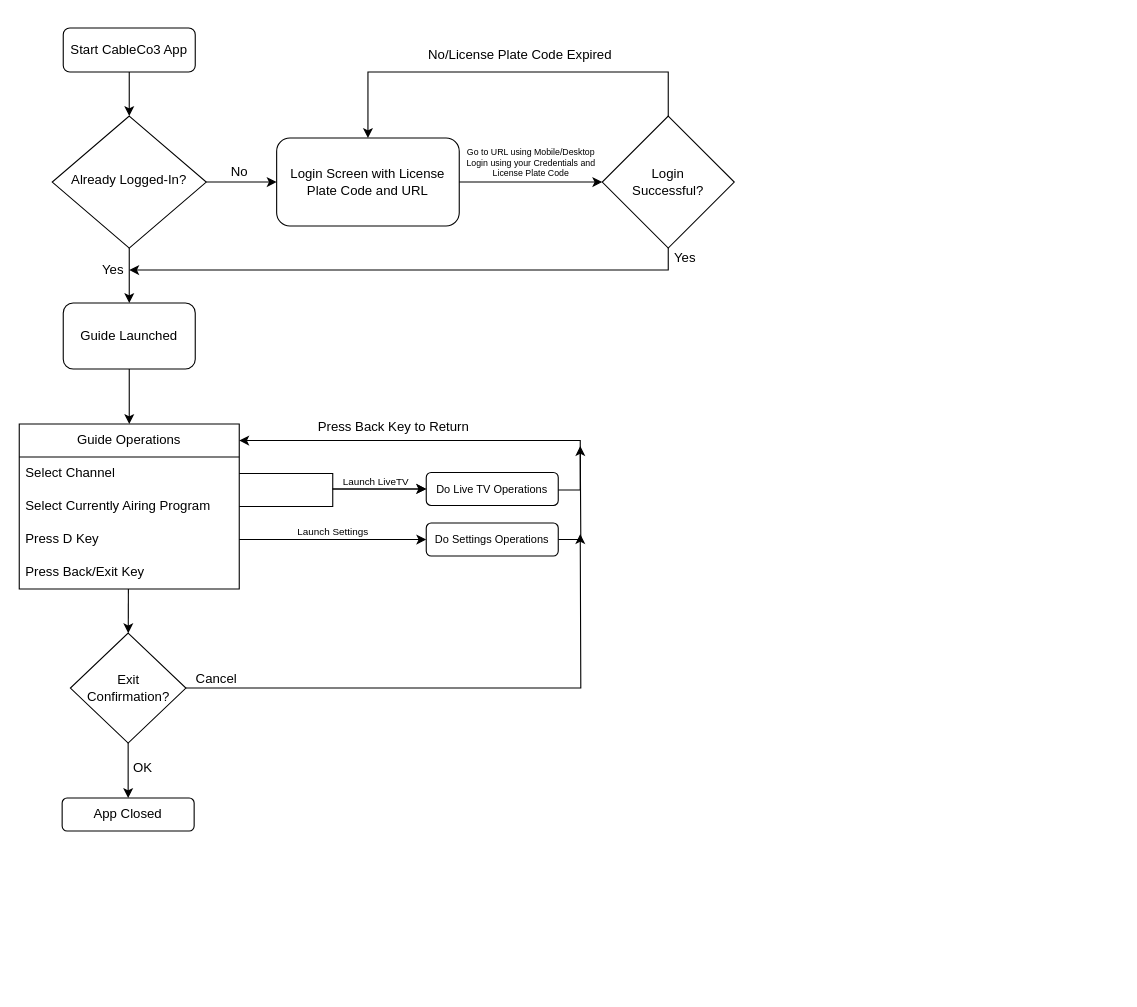
The draw.io diagram ApplicationFlowDiagram.drawio in ashokkumarsh/diagrams, before the edit. Source tidied: cells renumbered, new cells numbered last; positions are measured from the earlier drawing's top-left corner, leaving out a move shared by most shapes. Both pictures are drawn from the tidied source at 110%, with x=0, y=0 at pixel (19, 28).
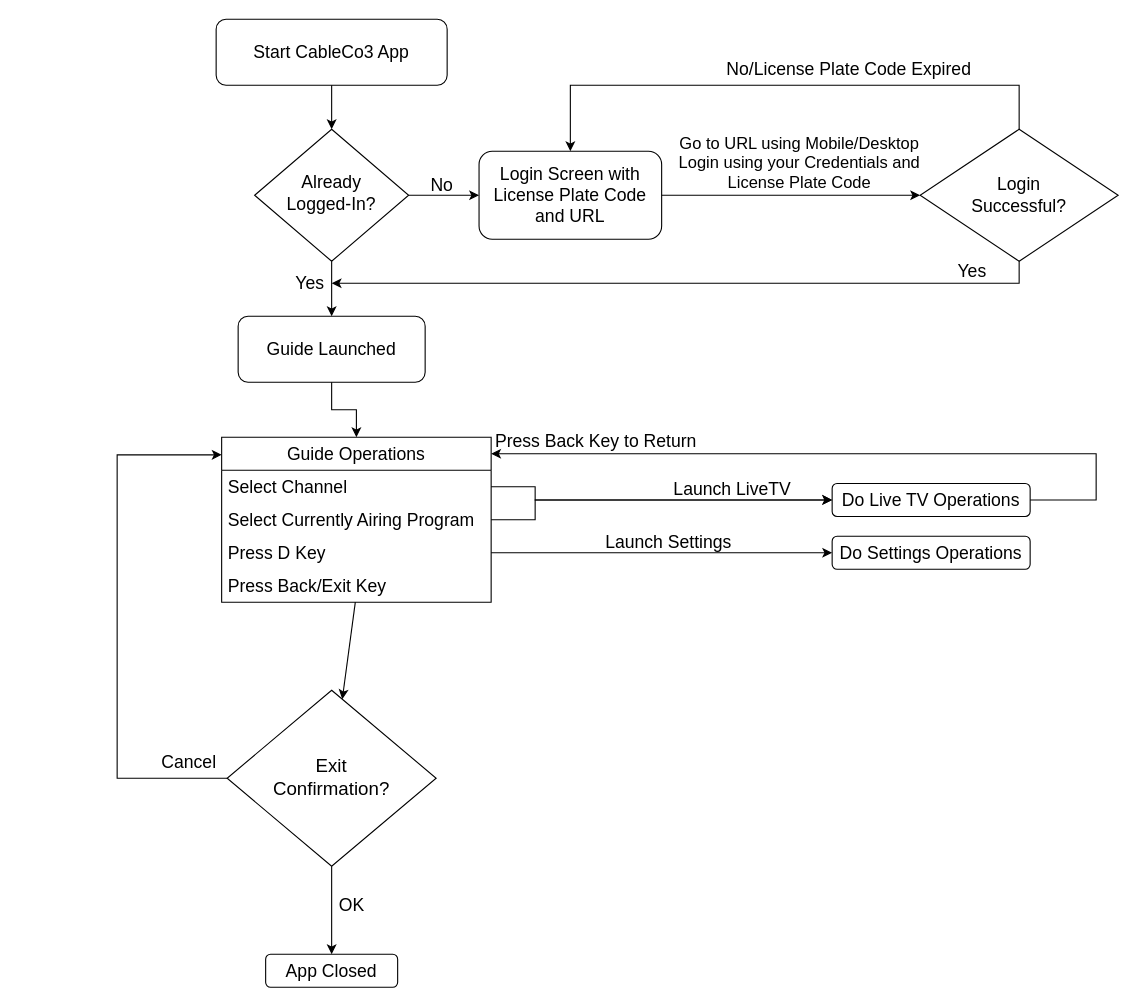
Above is the later version.

The edit, as a diff of the source:
```diff
@@
-    <mxCell id="2" style="group;" parent="1" vertex="1">
-      <mxGeometry width="650" height="730" as="geometry" />
-    </mxCell>
-    <mxCell id="3" value="Start CableCo3 App" style="rounded=1;whiteSpace=wrap;html=1;fontSize=12;glass=0;strokeWidth=1;shadow=0;" parent="2" vertex="1">
-      <mxGeometry x="40" width="120" height="40" as="geometry" />
+    <mxCell id="3" value="Start CableCo3 App" style="rounded=1;whiteSpace=wrap;html=1;fontSize=16;glass=0;strokeWidth=1;shadow=0;" parent="1" vertex="1">
+      <mxGeometry x="179" y="-8" width="210" height="60" as="geometry" />
     </mxCell>
-    <mxCell id="4" value="Already Logged-In?" style="rhombus;whiteSpace=wrap;html=1;shadow=0;fontFamily=Helvetica;fontSize=12;align=center;strokeWidth=1;spacing=6;spacingTop=-4;" parent="2" vertex="1">
-      <mxGeometry x="30" y="80" width="140" height="120" as="geometry" />
+    <mxCell id="4" value="Already&lt;br&gt;Logged-In?" style="rhombus;whiteSpace=wrap;html=1;shadow=0;fontFamily=Helvetica;fontSize=16;align=center;strokeWidth=1;spacing=6;spacingTop=-4;" parent="1" vertex="1">
+      <mxGeometry x="214" y="92" width="140" height="120" as="geometry" />
     </mxCell>
-    <mxCell id="5" style="edgeStyle=orthogonalEdgeStyle;rounded=0;jettySize=auto;html=1;" parent="2" edge="1" source="3" target="4">
+    <mxCell id="5" style="edgeStyle=orthogonalEdgeStyle;rounded=0;jettySize=auto;html=1;" parent="1" edge="1" source="3" target="4">
       <mxGeometry relative="1" as="geometry" />
     </mxCell>
-    <mxCell id="6" value="Login Screen with License Plate Code and URL" style="rounded=1;whiteSpace=wrap;html=1;fontSize=12;glass=0;strokeWidth=1;shadow=0;" parent="2" vertex="1">
-      <mxGeometry x="234" y="100" width="166" height="80" as="geometry" />
+    <mxCell id="6" value="Login Screen with License Plate Code and URL" style="rounded=1;whiteSpace=wrap;html=1;fontSize=16;glass=0;strokeWidth=1;shadow=0;" parent="1" vertex="1">
+      <mxGeometry x="418" y="112" width="166" height="80" as="geometry" />
     </mxCell>
-    <mxCell id="7" style="edgeStyle=orthogonalEdgeStyle;rounded=0;jettySize=auto;html=1;" parent="2" edge="1" source="4" target="6">
+    <mxCell id="7" style="edgeStyle=orthogonalEdgeStyle;rounded=0;jettySize=auto;html=1;" parent="1" edge="1" source="4" target="6">
       <mxGeometry relative="1" as="geometry" />
     </mxCell>
-    <mxCell id="8" value="Guide Launched" style="rounded=1;whiteSpace=wrap;html=1;" parent="2" vertex="1">
-      <mxGeometry x="40" y="250" width="120" height="60" as="geometry" />
+    <mxCell id="8" value="Guide Launched" style="rounded=1;whiteSpace=wrap;html=1;fontSize=16;" parent="1" vertex="1">
+      <mxGeometry x="199" y="262" width="170" height="60" as="geometry" />
     </mxCell>
-    <mxCell id="9" style="edgeStyle=orthogonalEdgeStyle;rounded=0;jettySize=auto;html=1;" parent="2" edge="1" source="4" target="8">
+    <mxCell id="9" style="edgeStyle=orthogonalEdgeStyle;rounded=0;jettySize=auto;html=1;" parent="1" edge="1" source="4" target="8">
       <mxGeometry relative="1" as="geometry" />
     </mxCell>
-    <mxCell id="10" style="edgeStyle=orthogonalEdgeStyle;rounded=0;jettySize=auto;html=1;entryX=0.5;entryY=0;entryDx=0;entryDy=0;" parent="2" edge="1" source="11" target="6">
+    <mxCell id="10" style="edgeStyle=orthogonalEdgeStyle;rounded=0;jettySize=auto;html=1;entryX=0.5;entryY=0;entryDx=0;entryDy=0;exitX=0.5;exitY=0;exitDx=0;exitDy=0;" parent="1" edge="1" source="11" target="6">
       <mxGeometry relative="1" as="geometry">
         <Array as="points">
-          <mxPoint x="590" y="40" />
-          <mxPoint x="317" y="40" />
+          <mxPoint x="909" y="52" />
+          <mxPoint x="501" y="52" />
         </Array>
       </mxGeometry>
     </mxCell>
-    <mxCell id="11" value="Login&lt;br&gt;Successful?" style="rhombus;whiteSpace=wrap;html=1;" parent="2" vertex="1">
-      <mxGeometry x="530" y="80" width="120" height="120" as="geometry" />
+    <mxCell id="11" value="Login&lt;br style=&quot;font-size: 16px;&quot;&gt;Successful?" style="rhombus;whiteSpace=wrap;html=1;fontSize=16;" parent="1" vertex="1">
+      <mxGeometry x="819" y="92" width="180" height="120" as="geometry" />
     </mxCell>
-    <mxCell id="12" style="edgeStyle=orthogonalEdgeStyle;rounded=0;jettySize=auto;html=1;" parent="2" edge="1" source="6" target="11">
+    <mxCell id="12" style="edgeStyle=orthogonalEdgeStyle;rounded=0;jettySize=auto;html=1;" parent="1" edge="1" source="6" target="11">
       <mxGeometry relative="1" as="geometry" />
     </mxCell>
-    <mxCell id="13" value="Go to URL using Mobile/Desktop&lt;br style=&quot;font-size: 8px;&quot;&gt;Login using your Credentials and&lt;br style=&quot;font-size: 8px;&quot;&gt;License Plate Code" style="text;html=1;align=center;verticalAlign=middle;strokeColor=none;fillColor=none;fontSize=8;" parent="2" vertex="1">
-      <mxGeometry x="395" y="103" width="140" height="40" as="geometry" />
+    <mxCell id="13" value="Go to URL using Mobile/Desktop&lt;br style=&quot;font-size: 15px;&quot;&gt;Login using your Credentials and&lt;br style=&quot;font-size: 15px;&quot;&gt;License Plate Code" style="text;html=1;align=center;verticalAlign=middle;strokeColor=none;fillColor=none;fontSize=15;" parent="1" vertex="1">
+      <mxGeometry x="589" y="87" width="240" height="70" as="geometry" />
     </mxCell>
-    <mxCell id="14" style="edgeStyle=orthogonalEdgeStyle;rounded=0;jettySize=auto;html=1;" parent="2" edge="1" source="11">
+    <mxCell id="14" style="edgeStyle=orthogonalEdgeStyle;rounded=0;jettySize=auto;html=1;exitX=0.5;exitY=1;exitDx=0;exitDy=0;" parent="1" edge="1" source="11">
       <mxGeometry relative="1" as="geometry">
-        <mxPoint x="100" y="220" as="targetPoint" />
+        <mxPoint x="284" y="232" as="targetPoint" />
         <Array as="points">
-          <mxPoint x="590" y="220" />
+          <mxPoint x="909" y="232" />
         </Array>
       </mxGeometry>
     </mxCell>
-    <mxCell id="15" value="Yes" style="text;html=1;align=center;verticalAlign=middle;strokeColor=none;fillColor=none;" parent="2" vertex="1">
-      <mxGeometry x="585" y="194" width="40" height="30" as="geometry" />
+    <mxCell id="15" value="Yes" style="text;html=1;align=center;verticalAlign=middle;strokeColor=none;fillColor=none;fontSize=16;" parent="1" vertex="1">
+      <mxGeometry x="841" y="206" width="50" height="30" as="geometry" />
     </mxCell>
-    <mxCell id="16" value="No/License Plate Code Expired" style="text;html=1;align=center;verticalAlign=middle;strokeColor=none;fillColor=none;" parent="2" vertex="1">
-      <mxGeometry x="360" y="10" width="190" height="30" as="geometry" />
+    <mxCell id="16" value="No/License Plate Code Expired" style="text;html=1;align=center;verticalAlign=middle;strokeColor=none;fillColor=none;fontSize=16;" parent="1" vertex="1">
+      <mxGeometry x="629" y="22" width="250" height="30" as="geometry" />
     </mxCell>
-    <mxCell id="17" value="Guide Operations" style="swimlane;fontStyle=0;horizontal=1;startSize=30;whiteSpace=wrap;html=1;" parent="2" vertex="1">
-      <mxGeometry y="360" width="200" height="150" as="geometry" />
+    <mxCell id="17" value="Guide Operations" style="swimlane;fontStyle=0;horizontal=1;startSize=30;whiteSpace=wrap;html=1;fontSize=16;" parent="1" vertex="1">
+      <mxGeometry x="184" y="372" width="245" height="150" as="geometry" />
     </mxCell>
-    <mxCell id="18" value="Select Channel" style="text;strokeColor=none;fillColor=none;align=left;verticalAlign=middle;spacingLeft=4;spacingRight=4;overflow=hidden;points=[[0,0.5],[1,0.5]];portConstraint=eastwest;whiteSpace=wrap;html=1;" parent="17" vertex="1">
-      <mxGeometry y="30" width="200" height="30" as="geometry" />
+    <mxCell id="18" value="Select Channel" style="text;strokeColor=none;fillColor=none;align=left;verticalAlign=middle;spacingLeft=4;spacingRight=4;overflow=hidden;points=[[0,0.5],[1,0.5]];portConstraint=eastwest;whiteSpace=wrap;html=1;fontSize=16;" parent="17" vertex="1">
+      <mxGeometry y="30" width="245" height="30" as="geometry" />
     </mxCell>
-    <mxCell id="19" value="Select Currently Airing Program" style="text;strokeColor=none;fillColor=none;align=left;verticalAlign=middle;spacingLeft=4;spacingRight=4;overflow=hidden;points=[[0,0.5],[1,0.5]];portConstraint=eastwest;whiteSpace=wrap;html=1;" parent="17" vertex="1">
-      <mxGeometry y="60" width="200" height="30" as="geometry" />
+    <mxCell id="19" value="Select Currently Airing Program" style="text;strokeColor=none;fillColor=none;align=left;verticalAlign=middle;spacingLeft=4;spacingRight=4;overflow=hidden;points=[[0,0.5],[1,0.5]];portConstraint=eastwest;whiteSpace=wrap;html=1;fontSize=16;" parent="17" vertex="1">
+      <mxGeometry y="60" width="245" height="30" as="geometry" />
     </mxCell>
-    <mxCell id="20" value="Press D Key" style="text;strokeColor=none;fillColor=none;align=left;verticalAlign=middle;spacingLeft=4;spacingRight=4;overflow=hidden;points=[[0,0.5],[1,0.5]];portConstraint=eastwest;whiteSpace=wrap;html=1;" parent="17" vertex="1">
-      <mxGeometry y="90" width="200" height="30" as="geometry" />
+    <mxCell id="20" value="Press D Key" style="text;strokeColor=none;fillColor=none;align=left;verticalAlign=middle;spacingLeft=4;spacingRight=4;overflow=hidden;points=[[0,0.5],[1,0.5]];portConstraint=eastwest;whiteSpace=wrap;html=1;fontSize=16;" parent="17" vertex="1">
+      <mxGeometry y="90" width="245" height="30" as="geometry" />
     </mxCell>
-    <mxCell id="21" value="Press Back/Exit Key" style="text;strokeColor=none;fillColor=none;align=left;verticalAlign=middle;spacingLeft=4;spacingRight=4;overflow=hidden;points=[[0,0.5],[1,0.5]];portConstraint=eastwest;whiteSpace=wrap;html=1;" parent="17" vertex="1">
-      <mxGeometry y="120" width="200" height="30" as="geometry" />
+    <mxCell id="21" value="Press Back/Exit Key" style="text;strokeColor=none;fillColor=none;align=left;verticalAlign=middle;spacingLeft=4;spacingRight=4;overflow=hidden;points=[[0,0.5],[1,0.5]];portConstraint=eastwest;whiteSpace=wrap;html=1;fontSize=16;" parent="17" vertex="1">
+      <mxGeometry y="120" width="245" height="30" as="geometry" />
     </mxCell>
-    <mxCell id="22" style="edgeStyle=orthogonalEdgeStyle;rounded=0;jettySize=auto;html=1;entryX=0.5;entryY=0;entryDx=0;entryDy=0;" parent="2" edge="1" source="8" target="17">
+    <mxCell id="22" style="edgeStyle=orthogonalEdgeStyle;rounded=0;jettySize=auto;html=1;entryX=0.5;entryY=0;entryDx=0;entryDy=0;" parent="1" edge="1" source="8" target="17">
       <mxGeometry relative="1" as="geometry" />
     </mxCell>
-    <mxCell id="23" value="Do Live TV Operations" style="rounded=1;whiteSpace=wrap;html=1;fontSize=10;" parent="2" vertex="1">
-      <mxGeometry x="370" y="404" width="120" height="30" as="geometry" />
+    <mxCell id="23" value="Do Live TV Operations" style="rounded=1;whiteSpace=wrap;html=1;fontSize=16;" parent="1" vertex="1">
+      <mxGeometry x="739" y="414" width="180" height="30" as="geometry" />
     </mxCell>
-    <mxCell id="24" style="edgeStyle=orthogonalEdgeStyle;rounded=0;jettySize=auto;html=1;" parent="2" edge="1" source="18" target="23">
-      <mxGeometry relative="1" as="geometry" />
+    <mxCell id="24" style="edgeStyle=orthogonalEdgeStyle;rounded=0;jettySize=auto;html=1;" parent="1" edge="1" source="18" target="23">
+      <mxGeometry relative="1" as="geometry">
+        <Array as="points">
+          <mxPoint x="469" y="417" />
+          <mxPoint x="469" y="429" />
+        </Array>
+      </mxGeometry>
     </mxCell>
-    <mxCell id="25" style="edgeStyle=orthogonalEdgeStyle;rounded=0;jettySize=auto;html=1;entryX=0;entryY=0.5;entryDx=0;entryDy=0;" parent="2" edge="1" source="19" target="23">
-      <mxGeometry relative="1" as="geometry" />
+    <mxCell id="25" style="edgeStyle=orthogonalEdgeStyle;rounded=0;jettySize=auto;html=1;entryX=0;entryY=0.5;entryDx=0;entryDy=0;" parent="1" edge="1" source="19" target="23">
+      <mxGeometry relative="1" as="geometry">
+        <Array as="points">
+          <mxPoint x="469" y="447" />
+          <mxPoint x="469" y="429" />
+        </Array>
+      </mxGeometry>
     </mxCell>
-    <mxCell id="26" value="Launch LiveTV" style="text;html=1;align=center;verticalAlign=middle;strokeColor=none;fillColor=none;fontSize=9;" parent="2" vertex="1">
-      <mxGeometry x="284" y="403" width="80" height="20" as="geometry" />
+    <mxCell id="26" value="Launch LiveTV" style="text;html=1;align=center;verticalAlign=middle;strokeColor=none;fillColor=none;fontSize=16;" parent="1" vertex="1">
+      <mxGeometry x="583" y="404" width="130" height="30" as="geometry" />
     </mxCell>
-    <mxCell id="27" style="edgeStyle=orthogonalEdgeStyle;rounded=0;jettySize=auto;html=1;" parent="2" edge="1" source="23" target="17">
+    <mxCell id="27" style="edgeStyle=orthogonalEdgeStyle;rounded=0;jettySize=auto;html=1;exitX=1;exitY=0.5;exitDx=0;exitDy=0;" parent="1" edge="1" source="23" target="17">
       <mxGeometry relative="1" as="geometry">
         <Array as="points">
-          <mxPoint x="510" y="420" />
-          <mxPoint x="510" y="375" />
+          <mxPoint x="979" y="429" />
+          <mxPoint x="979" y="387" />
         </Array>
       </mxGeometry>
     </mxCell>
-    <mxCell id="28" value="Press Back Key to Return" style="text;html=1;align=center;verticalAlign=middle;strokeColor=none;fillColor=none;" parent="2" vertex="1">
-      <mxGeometry x="260" y="348" width="160" height="30" as="geometry" />
+    <mxCell id="28" value="Press Back Key to Return" style="text;html=1;align=center;verticalAlign=middle;strokeColor=none;fillColor=none;fontSize=16;" parent="1" vertex="1">
+      <mxGeometry x="419" y="360" width="210" height="30" as="geometry" />
     </mxCell>
-    <mxCell id="29" style="edgeStyle=orthogonalEdgeStyle;rounded=0;jettySize=auto;html=1;" parent="2" edge="1" source="30">
-      <mxGeometry relative="1" as="geometry">
-        <mxPoint x="510" y="380" as="targetPoint" />
-      </mxGeometry>
-    </mxCell>
-    <mxCell id="30" value="Do Settings Operations" style="rounded=1;whiteSpace=wrap;html=1;fontSize=10;" parent="2" vertex="1">
-      <mxGeometry x="370" y="450" width="120" height="30" as="geometry" />
+    <mxCell id="30" value="Do Settings Operations" style="rounded=1;whiteSpace=wrap;html=1;fontSize=16;" parent="1" vertex="1">
+      <mxGeometry x="739" y="462" width="180" height="30" as="geometry" />
     </mxCell>
-    <mxCell id="31" style="edgeStyle=orthogonalEdgeStyle;rounded=0;jettySize=auto;html=1;entryX=0;entryY=0.5;entryDx=0;entryDy=0;" parent="2" edge="1" source="20" target="30">
+    <mxCell id="31" style="edgeStyle=orthogonalEdgeStyle;rounded=0;jettySize=auto;html=1;entryX=0;entryY=0.5;entryDx=0;entryDy=0;" parent="1" edge="1" source="20" target="30">
       <mxGeometry relative="1" as="geometry" />
     </mxCell>
-    <mxCell id="32" value="Launch Settings" style="text;html=1;align=center;verticalAlign=middle;strokeColor=none;fillColor=none;fontSize=9;" parent="2" vertex="1">
-      <mxGeometry x="240" y="448" width="90" height="20" as="geometry" />
+    <mxCell id="32" value="Launch Settings" style="text;html=1;align=center;verticalAlign=middle;strokeColor=none;fillColor=none;fontSize=16;" parent="1" vertex="1">
+      <mxGeometry x="520" y="452" width="140" height="30" as="geometry" />
     </mxCell>
-    <mxCell id="33" value="No" style="text;html=1;align=center;verticalAlign=middle;strokeColor=none;fillColor=none;" parent="2" vertex="1">
-      <mxGeometry x="180" y="116" width="40" height="30" as="geometry" />
+    <mxCell id="33" value="No" style="text;html=1;align=center;verticalAlign=middle;strokeColor=none;fillColor=none;fontSize=16;" parent="1" vertex="1">
+      <mxGeometry x="364" y="128" width="40" height="30" as="geometry" />
     </mxCell>
-    <mxCell id="34" value="Yes" style="text;html=1;align=center;verticalAlign=middle;strokeColor=none;fillColor=none;" parent="2" vertex="1">
-      <mxGeometry x="65" y="205" width="40" height="30" as="geometry" />
+    <mxCell id="34" value="Yes" style="text;html=1;align=center;verticalAlign=middle;strokeColor=none;fillColor=none;fontSize=16;" parent="1" vertex="1">
+      <mxGeometry x="239" y="217" width="50" height="30" as="geometry" />
     </mxCell>
-    <mxCell id="35" style="edgeStyle=orthogonalEdgeStyle;rounded=0;jettySize=auto;html=1;" parent="2" edge="1" source="36">
-      <mxGeometry relative="1" as="geometry">
-        <mxPoint x="510" y="460" as="targetPoint" />
-      </mxGeometry>
-    </mxCell>
-    <mxCell id="36" value="Exit&lt;br&gt;Confirmation?" style="rhombus;whiteSpace=wrap;html=1;" parent="2" vertex="1">
-      <mxGeometry x="46.5" y="550" width="105" height="100" as="geometry" />
+    <mxCell id="36" value="Exit&lt;br style=&quot;font-size: 17px;&quot;&gt;Confirmation?" style="rhombus;whiteSpace=wrap;html=1;fontSize=17;" parent="1" vertex="1">
+      <mxGeometry x="189" y="602" width="190" height="160" as="geometry" />
     </mxCell>
-    <mxCell id="37" style="endArrow=classic;html=1;rounded=0;exitX=0.496;exitY=0.995;exitDx=0;exitDy=0;exitPerimeter=0;" parent="2" edge="1" source="21" target="36">
+    <mxCell id="37" style="endArrow=classic;html=1;rounded=0;exitX=0.496;exitY=0.995;exitDx=0;exitDy=0;exitPerimeter=0;" parent="1" edge="1" source="21" target="36">
       <mxGeometry relative="1" as="geometry" />
     </mxCell>
-    <mxCell id="38" value="App Closed" style="rounded=1;whiteSpace=wrap;html=1;" parent="2" vertex="1">
-      <mxGeometry x="39" y="700" width="120" height="30" as="geometry" />
+    <mxCell id="38" value="App Closed" style="rounded=1;whiteSpace=wrap;html=1;fontSize=16;" parent="1" vertex="1">
+      <mxGeometry x="224" y="842" width="120" height="30" as="geometry" />
     </mxCell>
-    <mxCell id="39" style="edgeStyle=orthogonalEdgeStyle;rounded=0;jettySize=auto;html=1;" parent="2" edge="1" source="36" target="38">
+    <mxCell id="39" style="edgeStyle=orthogonalEdgeStyle;rounded=0;jettySize=auto;html=1;" parent="1" edge="1" source="36" target="38">
       <mxGeometry relative="1" as="geometry" />
     </mxCell>
-    <mxCell id="40" value="OK" style="text;html=1;align=center;verticalAlign=middle;strokeColor=none;fillColor=none;" parent="2" vertex="1">
-      <mxGeometry x="92" y="658" width="40" height="30" as="geometry" />
+    <mxCell id="40" value="OK" style="text;html=1;align=center;verticalAlign=middle;strokeColor=none;fillColor=none;fontSize=16;" parent="1" vertex="1">
+      <mxGeometry x="277" y="782" width="50" height="30" as="geometry" />
     </mxCell>
-    <mxCell id="41" value="Cancel" style="text;html=1;align=center;verticalAlign=middle;strokeColor=none;fillColor=none;" parent="2" vertex="1">
-      <mxGeometry x="149" y="577" width="60" height="30" as="geometry" />
+    <mxCell id="41" value="Cancel" style="text;html=1;align=center;verticalAlign=middle;strokeColor=none;fillColor=none;fontSize=16;" parent="1" vertex="1">
+      <mxGeometry x="119" y="652" width="70" height="30" as="geometry" />
     </mxCell>
+    <mxCell id="42" style="edgeStyle=orthogonalEdgeStyle;rounded=0;jettySize=auto;html=1;exitX=0;exitY=0.5;exitDx=0;exitDy=0;" parent="1" edge="1" source="36" target="17">
+      <mxGeometry relative="1" as="geometry">
+        <Array as="points">
+          <mxPoint x="89" y="682" />
+          <mxPoint x="89" y="388" />
+        </Array>
+      </mxGeometry>
+    </mxCell>
```
